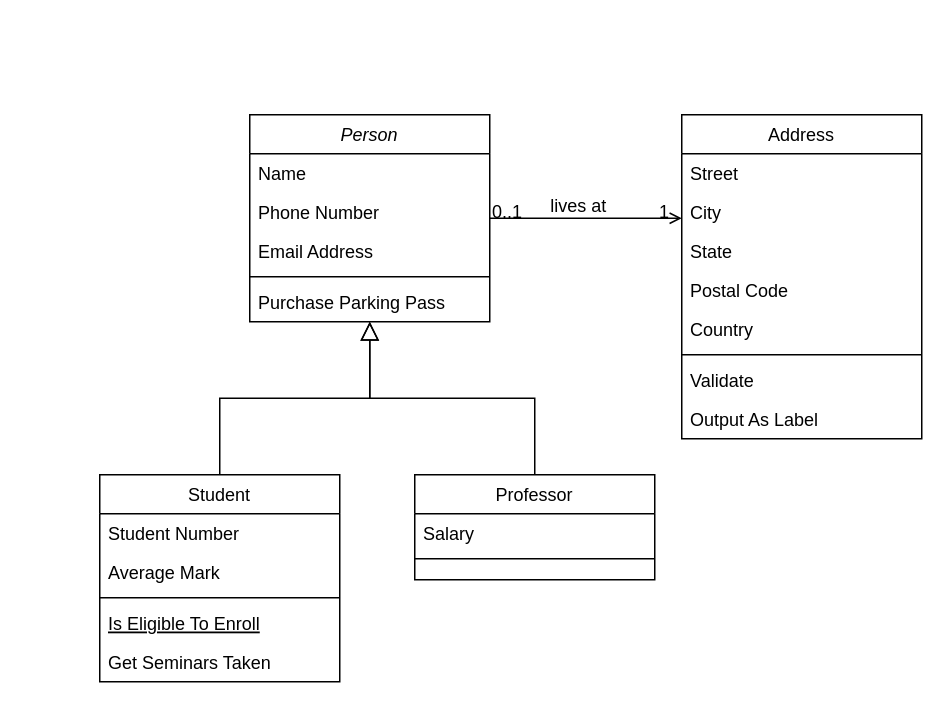
The draw.io diagram McdEXO.drawio in Steony/Spring, before the edit. Source tidied: cells renumbered, new cells numbered last; positions are measured from the earlier drawing's top-left corner, leaving out a move shared by most shapes. Both pictures are drawn from the tidied source at 150%, with x=0, y=0 at pixel (99, 114).
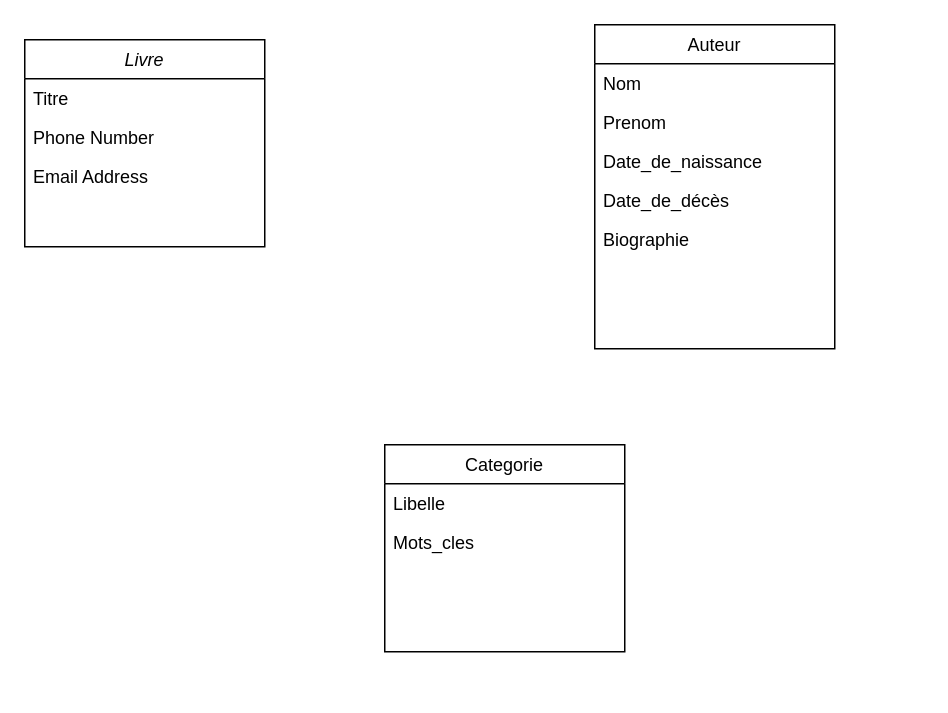
The same diagram, later.

Commit message (it also covers changes not shown here):
Mettre à jour McdEXO.drawio

The edit, as a diff of the source:
```diff
@@
-    <mxCell id="2" value="Person" style="swimlane;fontStyle=2;align=center;verticalAlign=top;horizontal=1;startSize=26;rounded=0;shadow=0;strokeWidth=1;" parent="1" vertex="1">
-      <mxGeometry x="100" width="160" height="138" as="geometry" />
+    <mxCell id="2" value="Livre" style="swimlane;fontStyle=2;align=center;verticalAlign=top;horizontal=1;startSize=26;rounded=0;shadow=0;strokeWidth=1;" parent="1" vertex="1">
+      <mxGeometry x="-50" y="-50" width="160" height="138" as="geometry" />
     </mxCell>
-    <mxCell id="3" value="Name" style="text;align=left;verticalAlign=top;spacingLeft=4;spacingRight=4;overflow=hidden;" parent="2" vertex="1">
+    <mxCell id="3" value="Titre" style="text;align=left;verticalAlign=top;spacingLeft=4;spacingRight=4;overflow=hidden;" parent="2" vertex="1">
       <mxGeometry y="26" width="160" height="26" as="geometry" />
     </mxCell>
@@
-    <mxCell id="6" style="line;html=1;strokeWidth=1;align=left;verticalAlign=middle;spacingTop=-1;spacingLeft=3;spacingRight=3;labelPosition=right;" parent="2" vertex="1">
-      <mxGeometry y="104" width="160" height="8" as="geometry" />
-    </mxCell>
-    <mxCell id="7" value="Purchase Parking Pass" style="text;align=left;verticalAlign=top;spacingLeft=4;spacingRight=4;overflow=hidden;" parent="2" vertex="1">
-      <mxGeometry y="112" width="160" height="26" as="geometry" />
-    </mxCell>
-    <mxCell id="8" value="Student" style="swimlane;fontStyle=0;align=center;verticalAlign=top;horizontal=1;startSize=26;rounded=0;shadow=0;strokeWidth=1;" parent="1" vertex="1">
-      <mxGeometry y="240" width="160" height="138" as="geometry" />
+    <mxCell id="8" value="Categorie" style="swimlane;fontStyle=0;align=center;verticalAlign=top;horizontal=1;startSize=26;rounded=0;shadow=0;strokeWidth=1;" parent="1" vertex="1">
+      <mxGeometry x="190" y="220" width="160" height="138" as="geometry" />
     </mxCell>
-    <mxCell id="9" value="Student Number" style="text;align=left;verticalAlign=top;spacingLeft=4;spacingRight=4;overflow=hidden;" parent="8" vertex="1">
+    <mxCell id="9" value="Libelle" style="text;align=left;verticalAlign=top;spacingLeft=4;spacingRight=4;overflow=hidden;" parent="8" vertex="1">
       <mxGeometry y="26" width="160" height="26" as="geometry" />
     </mxCell>
-    <mxCell id="10" value="Average Mark" style="text;align=left;verticalAlign=top;spacingLeft=4;spacingRight=4;overflow=hidden;rounded=0;shadow=0;html=0;" parent="8" vertex="1">
+    <mxCell id="10" value="Mots_cles" style="text;align=left;verticalAlign=top;spacingLeft=4;spacingRight=4;overflow=hidden;rounded=0;shadow=0;html=0;" parent="8" vertex="1">
       <mxGeometry y="52" width="160" height="26" as="geometry" />
     </mxCell>
-    <mxCell id="11" style="line;html=1;strokeWidth=1;align=left;verticalAlign=middle;spacingTop=-1;spacingLeft=3;spacingRight=3;labelPosition=right;" parent="8" vertex="1">
-      <mxGeometry y="78" width="160" height="8" as="geometry" />
-    </mxCell>
-    <mxCell id="12" value="Is Eligible To Enroll" style="text;align=left;verticalAlign=top;spacingLeft=4;spacingRight=4;overflow=hidden;fontStyle=4;" parent="8" vertex="1">
-      <mxGeometry y="86" width="160" height="26" as="geometry" />
-    </mxCell>
-    <mxCell id="13" value="Get Seminars Taken" style="text;align=left;verticalAlign=top;spacingLeft=4;spacingRight=4;overflow=hidden;" parent="8" vertex="1">
-      <mxGeometry y="112" width="160" height="26" as="geometry" />
-    </mxCell>
-    <mxCell id="14" style="endArrow=block;endSize=10;endFill=0;shadow=0;strokeWidth=1;rounded=0;curved=0;edgeStyle=elbowEdgeStyle;elbow=vertical;" parent="1" edge="1" source="8" target="2">
-      <mxGeometry relative="1" as="geometry" />
-    </mxCell>
-    <mxCell id="15" value="Professor" style="swimlane;fontStyle=0;align=center;verticalAlign=top;horizontal=1;startSize=26;rounded=0;shadow=0;strokeWidth=1;" parent="1" vertex="1">
-      <mxGeometry x="210" y="240" width="160" height="70" as="geometry" />
-    </mxCell>
-    <mxCell id="16" value="Salary" style="text;align=left;verticalAlign=top;spacingLeft=4;spacingRight=4;overflow=hidden;" parent="15" vertex="1">
-      <mxGeometry y="26" width="160" height="26" as="geometry" />
-    </mxCell>
-    <mxCell id="17" style="line;html=1;strokeWidth=1;align=left;verticalAlign=middle;spacingTop=-1;spacingLeft=3;spacingRight=3;labelPosition=right;" parent="15" vertex="1">
-      <mxGeometry y="52" width="160" height="8" as="geometry" />
-    </mxCell>
-    <mxCell id="18" style="endArrow=block;endSize=10;endFill=0;shadow=0;strokeWidth=1;rounded=0;curved=0;edgeStyle=elbowEdgeStyle;elbow=vertical;" parent="1" edge="1" source="15" target="2">
-      <mxGeometry relative="1" as="geometry" />
-    </mxCell>
-    <mxCell id="19" value="Address" style="swimlane;fontStyle=0;align=center;verticalAlign=top;horizontal=1;startSize=26;rounded=0;shadow=0;strokeWidth=1;" parent="1" vertex="1">
-      <mxGeometry x="388" width="160" height="216" as="geometry" />
+    <mxCell id="19" value="Auteur" style="swimlane;fontStyle=0;align=center;verticalAlign=top;horizontal=1;startSize=26;rounded=0;shadow=0;strokeWidth=1;" parent="1" vertex="1">
+      <mxGeometry x="330" y="-60" width="160" height="216" as="geometry" />
     </mxCell>
-    <mxCell id="20" value="Street" style="text;align=left;verticalAlign=top;spacingLeft=4;spacingRight=4;overflow=hidden;" parent="19" vertex="1">
+    <mxCell id="20" value="Nom" style="text;align=left;verticalAlign=top;spacingLeft=4;spacingRight=4;overflow=hidden;" parent="19" vertex="1">
       <mxGeometry y="26" width="160" height="26" as="geometry" />
     </mxCell>
-    <mxCell id="21" value="City" style="text;align=left;verticalAlign=top;spacingLeft=4;spacingRight=4;overflow=hidden;rounded=0;shadow=0;html=0;" parent="19" vertex="1">
+    <mxCell id="21" value="Prenom" style="text;align=left;verticalAlign=top;spacingLeft=4;spacingRight=4;overflow=hidden;rounded=0;shadow=0;html=0;" parent="19" vertex="1">
       <mxGeometry y="52" width="160" height="26" as="geometry" />
     </mxCell>
-    <mxCell id="22" value="State" style="text;align=left;verticalAlign=top;spacingLeft=4;spacingRight=4;overflow=hidden;rounded=0;shadow=0;html=0;" parent="19" vertex="1">
+    <mxCell id="22" value="Date_de_naissance" style="text;align=left;verticalAlign=top;spacingLeft=4;spacingRight=4;overflow=hidden;rounded=0;shadow=0;html=0;" parent="19" vertex="1">
       <mxGeometry y="78" width="160" height="26" as="geometry" />
     </mxCell>
+    <mxCell id="24" value="Date_de_décès" style="text;align=left;verticalAlign=top;spacingLeft=4;spacingRight=4;overflow=hidden;rounded=0;shadow=0;html=0;" parent="19" vertex="1">
+      <mxGeometry y="104" width="160" height="26" as="geometry" />
+    </mxCell>
-    <mxCell id="23" value="Postal Code" style="text;align=left;verticalAlign=top;spacingLeft=4;spacingRight=4;overflow=hidden;rounded=0;shadow=0;html=0;" parent="19" vertex="1">
-      <mxGeometry y="104" width="160" height="26" as="geometry" />
+    <mxCell id="23" value="Biographie" style="text;align=left;verticalAlign=top;spacingLeft=4;spacingRight=4;overflow=hidden;rounded=0;shadow=0;html=0;" parent="19" vertex="1">
+      <mxGeometry y="130" width="160" height="26" as="geometry" />
     </mxCell>
-    <mxCell id="24" value="Country" style="text;align=left;verticalAlign=top;spacingLeft=4;spacingRight=4;overflow=hidden;rounded=0;shadow=0;html=0;" parent="19" vertex="1">
-      <mxGeometry y="130" width="160" height="26" as="geometry" />
-    </mxCell>
-    <mxCell id="25" style="line;html=1;strokeWidth=1;align=left;verticalAlign=middle;spacingTop=-1;spacingLeft=3;spacingRight=3;labelPosition=right;" parent="19" vertex="1">
-      <mxGeometry y="156" width="160" height="8" as="geometry" />
-    </mxCell>
-    <mxCell id="26" value="Validate" style="text;align=left;verticalAlign=top;spacingLeft=4;spacingRight=4;overflow=hidden;" parent="19" vertex="1">
-      <mxGeometry y="164" width="160" height="26" as="geometry" />
-    </mxCell>
-    <mxCell id="27" value="Output As Label" style="text;align=left;verticalAlign=top;spacingLeft=4;spacingRight=4;overflow=hidden;" parent="19" vertex="1">
-      <mxGeometry y="190" width="160" height="26" as="geometry" />
-    </mxCell>
-    <mxCell id="28" style="endArrow=open;shadow=0;strokeWidth=1;rounded=0;curved=0;endFill=1;edgeStyle=elbowEdgeStyle;elbow=vertical;" parent="1" edge="1" source="2" target="19">
-      <mxGeometry x="0.5" y="41" relative="1" as="geometry">
-        <mxPoint x="-40" y="32" as="offset" />
-      </mxGeometry>
-    </mxCell>
-    <mxCell id="29" value="0..1" style="align=left;verticalAlign=bottom;labelBackgroundColor=none;fontSize=12;" parent="28" vertex="1">
-      <mxGeometry x="-1" relative="1" as="geometry">
-        <mxPoint y="4" as="offset" />
-      </mxGeometry>
-    </mxCell>
-    <mxCell id="30" value="1" style="align=right;verticalAlign=bottom;labelBackgroundColor=none;fontSize=12;" parent="28" vertex="1">
-      <mxGeometry x="1" relative="1" as="geometry">
-        <mxPoint x="-7" y="4" as="offset" />
-      </mxGeometry>
-    </mxCell>
-    <mxCell id="31" value="lives at" style="text;html=1;align=center;verticalAlign=middle;labelBackgroundColor=none;rounded=0;shadow=0;strokeWidth=1;fontSize=12;" parent="28" vertex="1">
-      <mxGeometry x="0.5" y="49" relative="1" as="geometry">
-        <mxPoint x="-38" y="40" as="offset" />
-      </mxGeometry>
-    </mxCell>
```
